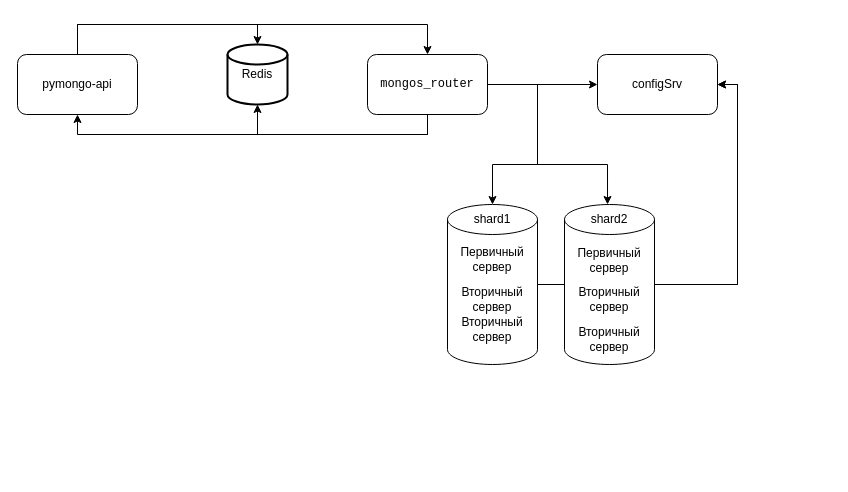
sadam-agashirinov/sprint-2-task keeps this draw.io diagram as page "Задание №1 - Схема №3" (4 of 6) of schema.drawio. Above is the earlier version. Source tidied: cells renumbered, new cells numbered last; positions are measured from the earlier drawing's top-left corner, leaving out a move shared by most shapes. Both pictures are drawn from the tidied source at 100%, with x=0, y=0 at pixel (17, 24).
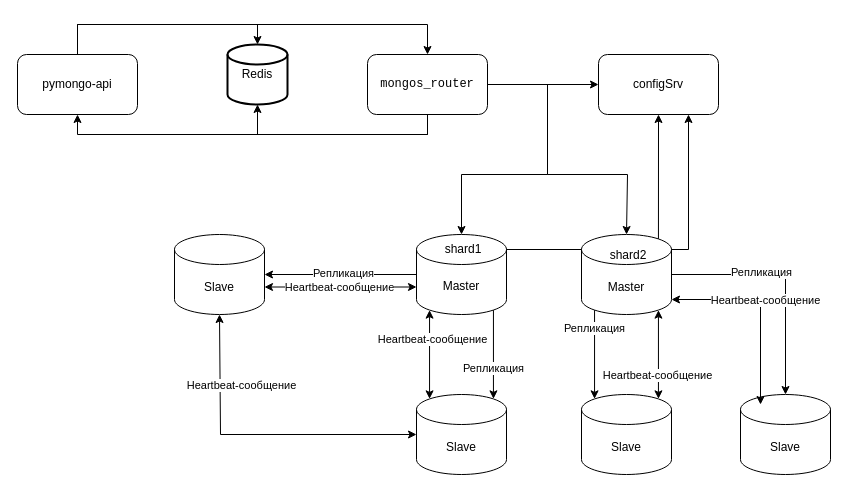
The same diagram, later.

Unchanged cells that the change refers to:
```xml
<mxCell id="7" value="&lt;pre class=&quot;code-block__code-wrapper&quot;&gt;&lt;code class=&quot;code-block__code bash&quot;&gt;mongos_router&lt;/code&gt;&lt;/pre&gt;" style="rounded=1;whiteSpace=wrap;html=1;" parent="1" vertex="1">
  <mxGeometry x="350" y="30" width="120" height="60" as="geometry" />
</mxCell>
<mxCell id="15" value="Redis" style="strokeWidth=2;html=1;shape=mxgraph.flowchart.database;whiteSpace=wrap;" parent="1" vertex="1">
  <mxGeometry x="210" y="20" width="60" height="60" as="geometry" />
</mxCell>
```

What changed in the source:
```diff
@@
-    <mxCell id="5" style="edgeStyle=orthogonalEdgeStyle;rounded=0;jettySize=auto;html=1;entryX=0.5;entryY=0;entryDx=0;entryDy=0;exitX=1;exitY=0.5;exitDx=0;exitDy=0;" parent="1" edge="1" source="7" target="10">
-      <mxGeometry relative="1" as="geometry">
-        <Array as="points">
-          <mxPoint x="520" y="60" />
-          <mxPoint x="520" y="140" />
-          <mxPoint x="475" y="140" />
-        </Array>
-      </mxGeometry>
-    </mxCell>
@@
-    <mxCell id="8" style="group;" parent="1" vertex="1">
-      <mxGeometry x="430" y="180" width="90" height="160" as="geometry" />
-    </mxCell>
-    <mxCell id="9" style="shape=cylinder3;whiteSpace=wrap;html=1;boundedLbl=1;backgroundOutline=1;size=15;" parent="8" vertex="1">
-      <mxGeometry width="90" height="160" as="geometry" />
-    </mxCell>
-    <mxCell id="10" value="shard1" style="text;html=1;align=center;verticalAlign=middle;whiteSpace=wrap;rounded=0;" parent="8" vertex="1">
-      <mxGeometry x="15" width="60" height="30" as="geometry" />
-    </mxCell>
-    <mxCell id="11" value="Первичный сервер" style="text;html=1;align=center;verticalAlign=middle;whiteSpace=wrap;rounded=0;" parent="8" vertex="1">
-      <mxGeometry x="15" y="40" width="60" height="30" as="geometry" />
-    </mxCell>
-    <mxCell id="12" value="Вторичный сервер" style="text;html=1;align=center;verticalAlign=middle;whiteSpace=wrap;rounded=0;" parent="8" vertex="1">
-      <mxGeometry x="15" y="80" width="60" height="30" as="geometry" />
-    </mxCell>
-    <mxCell id="13" value="Вторичный сервер" style="text;html=1;align=center;verticalAlign=middle;whiteSpace=wrap;rounded=0;" parent="8" vertex="1">
-      <mxGeometry x="15" y="110" width="60" height="30" as="geometry" />
-    </mxCell>
     <mxCell id="14" value="configSrv" style="rounded=1;whiteSpace=wrap;html=1;" parent="1" vertex="1">
-      <mxGeometry x="580" y="30" width="120" height="60" as="geometry" />
+      <mxGeometry x="581" y="30" width="120" height="60" as="geometry" />
     </mxCell>
@@
-    <mxCell id="17" style="edgeStyle=orthogonalEdgeStyle;rounded=0;jettySize=auto;html=1;entryX=0.467;entryY=0.225;entryDx=0;entryDy=0;entryPerimeter=0;" parent="1" edge="1" source="7" target="22">
-      <mxGeometry relative="1" as="geometry">
-        <Array as="points">
-          <mxPoint x="520" y="60" />
-          <mxPoint x="520" y="140" />
-          <mxPoint x="590" y="140" />
-        </Array>
-      </mxGeometry>
-    </mxCell>
-    <mxCell id="18" style="edgeStyle=orthogonalEdgeStyle;rounded=0;jettySize=auto;html=1;entryX=1;entryY=0.5;entryDx=0;entryDy=0;exitX=1;exitY=0.5;exitDx=0;exitDy=0;exitPerimeter=0;" parent="1" edge="1" source="21" target="14">
-      <mxGeometry relative="1" as="geometry" />
-    </mxCell>
-    <mxCell id="19" style="edgeStyle=orthogonalEdgeStyle;rounded=0;jettySize=auto;html=1;entryX=1;entryY=0.5;entryDx=0;entryDy=0;" parent="1" edge="1" source="9" target="14">
-      <mxGeometry relative="1" as="geometry" />
-    </mxCell>
-    <mxCell id="20" style="group;" parent="1" vertex="1">
-      <mxGeometry x="547" y="180" width="90" height="160" as="geometry" />
-    </mxCell>
-    <mxCell id="21" style="shape=cylinder3;whiteSpace=wrap;html=1;boundedLbl=1;backgroundOutline=1;size=15;" parent="20" vertex="1">
-      <mxGeometry width="90" height="160" as="geometry" />
-    </mxCell>
+    <mxCell id="26" style="edgeStyle=orthogonalEdgeStyle;rounded=0;jettySize=auto;html=1;entryX=0.5;entryY=1;entryDx=0;entryDy=0;entryPerimeter=0;exitX=0.5;exitY=1;exitDx=0;exitDy=0;" parent="1" edge="1" source="7" target="15">
+      <mxGeometry relative="1" as="geometry" />
+    </mxCell>
+    <mxCell id="27" style="group;" parent="1" vertex="1">
+      <mxGeometry x="433" y="210" width="90" height="80" as="geometry" />
+    </mxCell>
+    <mxCell id="28" style="shape=cylinder3;whiteSpace=wrap;html=1;boundedLbl=1;backgroundOutline=1;size=15;" parent="27" vertex="1">
+      <mxGeometry x="-34" width="90" height="80" as="geometry" />
+    </mxCell>
+    <mxCell id="10" value="shard1" style="text;html=1;align=center;verticalAlign=middle;whiteSpace=wrap;rounded=0;" parent="27" vertex="1">
+      <mxGeometry x="-17" y="7" width="60" height="15" as="geometry" />
+    </mxCell>
+    <mxCell id="29" value="Master" style="text;html=1;align=center;verticalAlign=middle;whiteSpace=wrap;rounded=0;" parent="27" vertex="1">
+      <mxGeometry x="-19" y="44" width="60" height="15" as="geometry" />
+    </mxCell>
+    <mxCell id="30" value="Slave" style="shape=cylinder3;whiteSpace=wrap;html=1;boundedLbl=1;backgroundOutline=1;size=15;" parent="1" vertex="1">
+      <mxGeometry x="399" y="370" width="90" height="80" as="geometry" />
+    </mxCell>
+    <mxCell id="31" style="edgeStyle=orthogonalEdgeStyle;rounded=0;jettySize=auto;html=1;exitX=0.855;exitY=1;exitDx=0;exitDy=-4.35;exitPerimeter=0;entryX=0.855;entryY=0;entryDx=0;entryDy=4.35;entryPerimeter=0;" parent="1" edge="1" source="28" target="30">
+      <mxGeometry relative="1" as="geometry" />
+    </mxCell>
+    <mxCell id="32" value="Репликация" style="edgeLabel;html=1;align=center;verticalAlign=middle;" parent="31" vertex="1">
+      <mxGeometry x="-0.11" relative="1" as="geometry">
+        <mxPoint y="19" as="offset" />
+      </mxGeometry>
+    </mxCell>
+    <mxCell id="33" value="Slave" style="shape=cylinder3;whiteSpace=wrap;html=1;boundedLbl=1;backgroundOutline=1;size=15;" parent="1" vertex="1">
+      <mxGeometry x="157" y="210" width="90" height="80" as="geometry" />
+    </mxCell>
+    <mxCell id="34" style="edgeStyle=orthogonalEdgeStyle;rounded=0;jettySize=auto;html=1;" parent="1" edge="1" source="28" target="33">
+      <mxGeometry relative="1" as="geometry" />
+    </mxCell>
+    <mxCell id="35" value="Репликация" style="edgeLabel;html=1;align=center;verticalAlign=middle;" parent="34" vertex="1">
+      <mxGeometry x="-0.02" y="-2" relative="1" as="geometry" />
+    </mxCell>
+    <mxCell id="36" style="endArrow=classic;startArrow=classic;html=1;rounded=0;entryX=0.5;entryY=1;entryDx=0;entryDy=0;entryPerimeter=0;exitX=0;exitY=0.5;exitDx=0;exitDy=0;exitPerimeter=0;" parent="1" edge="1" source="30" target="33">
+      <mxGeometry relative="1" as="geometry">
+        <Array as="points">
+          <mxPoint x="203" y="410" />
+        </Array>
+      </mxGeometry>
+    </mxCell>
+    <mxCell id="37" value="Heartbeat-сообщение" style="edgeLabel;html=1;align=center;verticalAlign=middle;" parent="36" vertex="1">
+      <mxGeometry y="-3" relative="1" as="geometry">
+        <mxPoint x="-18" y="-47" as="offset" />
+      </mxGeometry>
+    </mxCell>
+    <mxCell id="38" style="endArrow=classic;startArrow=classic;html=1;rounded=0;entryX=0;entryY=0;entryDx=0;entryDy=52.5;entryPerimeter=0;exitX=1;exitY=0;exitDx=0;exitDy=52.5;exitPerimeter=0;" parent="1" edge="1" source="33" target="28">
+      <mxGeometry relative="1" as="geometry" />
+    </mxCell>
+    <mxCell id="39" value="Heartbeat-сообщение" style="edgeLabel;html=1;align=center;verticalAlign=middle;" parent="38" vertex="1">
+      <mxGeometry x="-0.44" relative="1" as="geometry">
+        <mxPoint x="31" as="offset" />
+      </mxGeometry>
+    </mxCell>
+    <mxCell id="40" style="endArrow=classic;startArrow=classic;html=1;rounded=0;entryX=0.145;entryY=1;entryDx=0;entryDy=-4.35;entryPerimeter=0;exitX=0.145;exitY=0;exitDx=0;exitDy=4.35;exitPerimeter=0;" parent="1" edge="1" source="30" target="28">
+      <mxGeometry relative="1" as="geometry" />
+    </mxCell>
+    <mxCell id="41" value="Heartbeat-сообщение" style="edgeLabel;html=1;align=center;verticalAlign=middle;" parent="40" vertex="1">
+      <mxGeometry x="0.14" y="1" relative="1" as="geometry">
+        <mxPoint x="3" y="-9" as="offset" />
+      </mxGeometry>
+    </mxCell>
+    <mxCell id="42" style="edgeStyle=orthogonalEdgeStyle;rounded=0;jettySize=auto;html=1;entryX=0.5;entryY=0;entryDx=0;entryDy=0;entryPerimeter=0;exitX=1;exitY=0.5;exitDx=0;exitDy=0;exitPerimeter=0;" parent="1" edge="1" source="56" target="46">
+      <mxGeometry relative="1" as="geometry" />
+    </mxCell>
+    <mxCell id="43" value="Репликация" style="edgeLabel;html=1;align=center;verticalAlign=middle;" parent="42" vertex="1">
+      <mxGeometry x="-0.48" y="3" relative="1" as="geometry">
+        <mxPoint x="28" as="offset" />
+      </mxGeometry>
+    </mxCell>
+    <mxCell id="44" style="edgeStyle=orthogonalEdgeStyle;rounded=0;jettySize=auto;html=1;exitX=0.145;exitY=1;exitDx=0;exitDy=-4.35;exitPerimeter=0;entryX=0.145;entryY=0;entryDx=0;entryDy=4.35;entryPerimeter=0;" parent="1" edge="1" source="56" target="47">
+      <mxGeometry relative="1" as="geometry" />
+    </mxCell>
+    <mxCell id="45" value="Репликация" style="edgeLabel;html=1;align=center;verticalAlign=middle;" parent="44" vertex="1">
+      <mxGeometry x="-0.12" y="-1" relative="1" as="geometry">
+        <mxPoint y="-21" as="offset" />
+      </mxGeometry>
+    </mxCell>
+    <mxCell id="46" value="Slave" style="shape=cylinder3;whiteSpace=wrap;html=1;boundedLbl=1;backgroundOutline=1;size=15;" parent="1" vertex="1">
+      <mxGeometry x="723" y="370" width="90" height="80" as="geometry" />
+    </mxCell>
+    <mxCell id="47" value="Slave" style="shape=cylinder3;whiteSpace=wrap;html=1;boundedLbl=1;backgroundOutline=1;size=15;" parent="1" vertex="1">
+      <mxGeometry x="564" y="370" width="90" height="80" as="geometry" />
+    </mxCell>
+    <mxCell id="48" style="endArrow=classic;startArrow=classic;html=1;rounded=0;entryX=0.855;entryY=1;entryDx=0;entryDy=-4.35;entryPerimeter=0;exitX=0.855;exitY=0;exitDx=0;exitDy=4.35;exitPerimeter=0;" parent="1" edge="1" source="47" target="56">
+      <mxGeometry relative="1" as="geometry" />
+    </mxCell>
+    <mxCell id="49" value="Heartbeat-сообщение" style="edgeLabel;html=1;align=center;verticalAlign=middle;" parent="48" vertex="1">
+      <mxGeometry x="-0.47" y="1" relative="1" as="geometry" />
+    </mxCell>
+    <mxCell id="50" style="endArrow=classic;startArrow=classic;html=1;rounded=0;exitX=1;exitY=1;exitDx=0;exitDy=-15;exitPerimeter=0;" parent="1" edge="1" source="56">
+      <mxGeometry relative="1" as="geometry">
+        <mxPoint x="743" y="380" as="targetPoint" />
+        <Array as="points">
+          <mxPoint x="743" y="275" />
+        </Array>
+      </mxGeometry>
+    </mxCell>
+    <mxCell id="51" value="Heartbeat-сообщение" style="edgeLabel;html=1;align=center;verticalAlign=middle;" parent="50" vertex="1">
+      <mxGeometry x="-0.11" relative="1" as="geometry">
+        <mxPoint x="7" as="offset" />
+      </mxGeometry>
+    </mxCell>
+    <mxCell id="52" style="endArrow=classic;html=1;rounded=0;exitX=1;exitY=0.5;exitDx=0;exitDy=0;entryX=0.5;entryY=0;entryDx=0;entryDy=0;entryPerimeter=0;" parent="1" edge="1" source="7" target="56">
+      <mxGeometry relative="1" as="geometry">
+        <Array as="points">
+          <mxPoint x="530" y="60" />
+          <mxPoint x="530" y="150" />
+          <mxPoint x="610" y="150" />
+        </Array>
+      </mxGeometry>
+    </mxCell>
+    <mxCell id="53" style="endArrow=classic;html=1;rounded=0;exitX=1;exitY=0.5;exitDx=0;exitDy=0;entryX=0.5;entryY=0;entryDx=0;entryDy=0;entryPerimeter=0;" parent="1" edge="1" source="7" target="28">
+      <mxGeometry relative="1" as="geometry">
+        <Array as="points">
+          <mxPoint x="530" y="60" />
+          <mxPoint x="530" y="150" />
+          <mxPoint x="444" y="150" />
+        </Array>
+      </mxGeometry>
+    </mxCell>
+    <mxCell id="54" style="endArrow=classic;html=1;rounded=0;entryX=0.5;entryY=1;entryDx=0;entryDy=0;exitX=0.855;exitY=0;exitDx=0;exitDy=4.35;exitPerimeter=0;" parent="1" edge="1" source="56" target="14">
+      <mxGeometry relative="1" as="geometry" />
+    </mxCell>
+    <mxCell id="55" style="endArrow=classic;html=1;rounded=0;exitX=1;exitY=0;exitDx=0;exitDy=15;exitPerimeter=0;entryX=0.75;entryY=1;entryDx=0;entryDy=0;" parent="1" edge="1" source="28" target="14">
+      <mxGeometry relative="1" as="geometry">
+        <Array as="points">
+          <mxPoint x="671" y="225" />
+        </Array>
+      </mxGeometry>
+    </mxCell>
+    <mxCell id="56" value="Master" style="shape=cylinder3;whiteSpace=wrap;html=1;boundedLbl=1;backgroundOutline=1;size=15;" parent="1" vertex="1">
+      <mxGeometry x="564" y="210" width="90" height="80" as="geometry" />
+    </mxCell>
-    <mxCell id="22" value="shard2" style="text;html=1;align=center;verticalAlign=middle;whiteSpace=wrap;rounded=0;" parent="20" vertex="1">
-      <mxGeometry x="15" y="-12" width="60" height="53.3" as="geometry" />
+    <mxCell id="22" value="shard2" style="text;html=1;align=center;verticalAlign=middle;whiteSpace=wrap;rounded=0;" parent="1" vertex="1">
+      <mxGeometry x="581" y="216" width="60" height="30" as="geometry" />
     </mxCell>
-    <mxCell id="23" value="Первичный сервер" style="text;html=1;align=center;verticalAlign=middle;whiteSpace=wrap;rounded=0;" parent="20" vertex="1">
-      <mxGeometry x="15" y="41.3" width="60" height="30" as="geometry" />
-    </mxCell>
-    <mxCell id="24" value="Вторичный сервер" style="text;html=1;align=center;verticalAlign=middle;whiteSpace=wrap;rounded=0;" parent="20" vertex="1">
-      <mxGeometry x="15" y="80" width="60" height="30" as="geometry" />
-    </mxCell>
-    <mxCell id="25" value="Вторичный сервер" style="text;html=1;align=center;verticalAlign=middle;whiteSpace=wrap;rounded=0;" parent="20" vertex="1">
-      <mxGeometry x="15" y="120" width="60" height="30" as="geometry" />
-    </mxCell>
-    <mxCell id="26" style="edgeStyle=orthogonalEdgeStyle;rounded=0;jettySize=auto;html=1;entryX=0.5;entryY=1;entryDx=0;entryDy=0;entryPerimeter=0;exitX=0.5;exitY=1;exitDx=0;exitDy=0;" parent="1" edge="1" source="7" target="15">
-      <mxGeometry relative="1" as="geometry" />
-    </mxCell>
```
